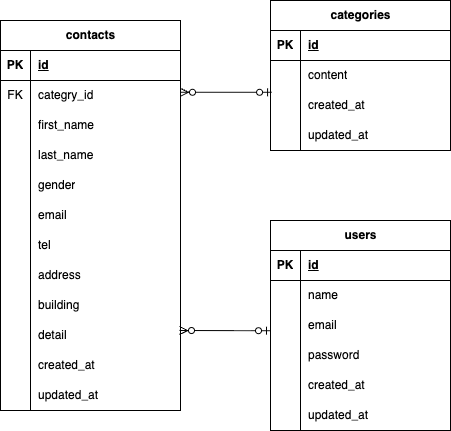
The draw.io diagram database-er/er.drawio.png in daiki-oishi-0206/contact-form, before a commit. Source tidied: cells renumbered, new cells last; positions are measured from the earlier drawing's top-left corner, leaving out a move shared by most shapes.
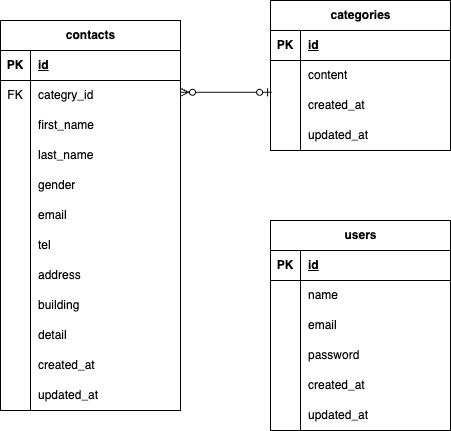
After the change.

The edit, as a diff of the source:
```diff
@@ -214,11 +214,5 @@
         <mxPoint x="180" y="91.8" as="targetPoint" />
       </mxGeometry>
     </mxCell>
-    <mxCell id="72" style="fontSize=12;html=1;endArrow=ERzeroToMany;startArrow=ERzeroToOne;exitX=0.006;exitY=0.06;exitDx=0;exitDy=0;entryX=1;entryY=0.893;entryDx=0;entryDy=0;entryPerimeter=0;exitPerimeter=0;" parent="1" edge="1">
-      <mxGeometry relative="1" as="geometry">
-        <mxPoint x="270" y="330.2" as="sourcePoint" />
-        <mxPoint x="179" y="330" as="targetPoint" />
-      </mxGeometry>
-    </mxCell>
   </root>
 </mxGraphModel>
```
